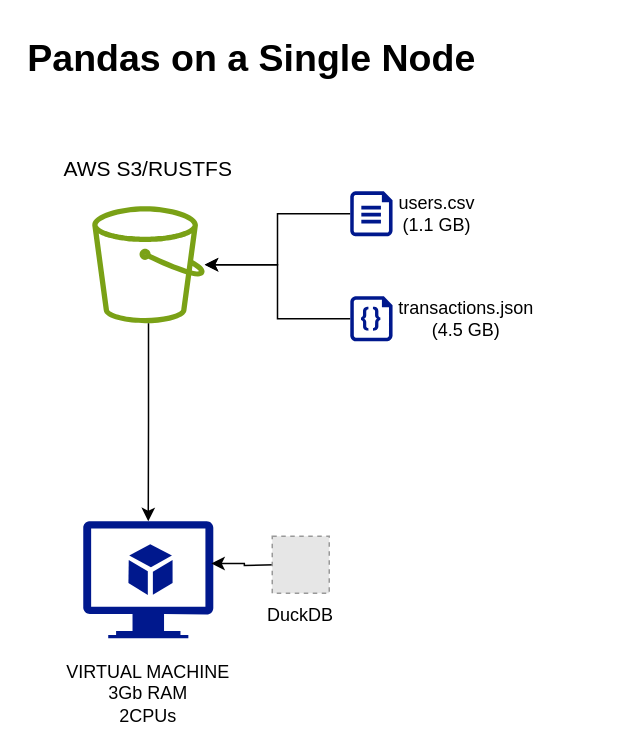
Earlier version of the draw.io diagram page "Single node DuckDB" (5 of 8) of assets/architecture.drawio (juanccq/processing-oom-datasets). Source tidied: cells renumbered, new cells numbered last; positions are measured from the earlier drawing's top-left corner, leaving out a move shared by most shapes. Both pictures are drawn from the tidied source at 150%, with x=0, y=0 at pixel (28, 26). Pictures stored in the file or linked from it are replaced by grey dashed boxes.
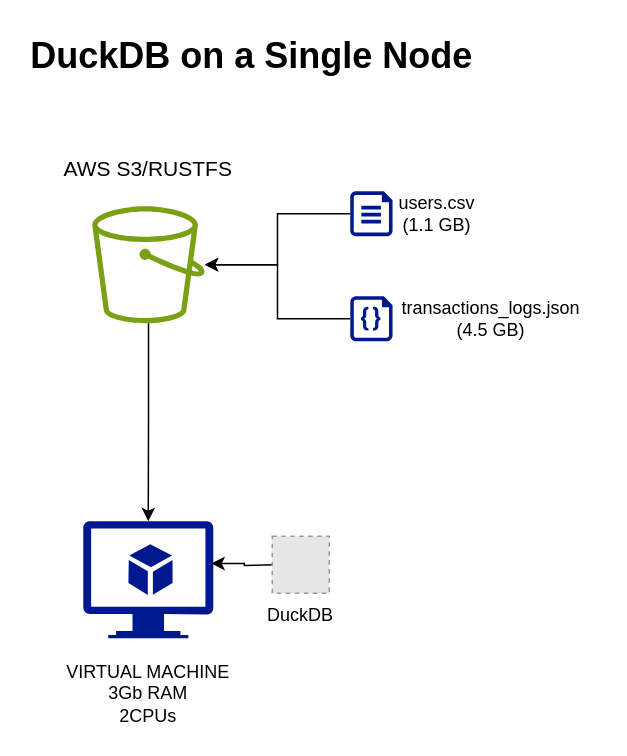
The same diagram, later.

The edit, as a diff of the source:
```diff
@@
 <mxGraphModel>
   <root>
     <mxCell id="0" />
     <mxCell id="1" parent="0" />
     <mxCell id="2" style="sketch=0;outlineConnect=0;fontColor=#232F3E;gradientColor=none;fillColor=#7AA116;strokeColor=none;dashed=0;verticalLabelPosition=bottom;verticalAlign=top;align=center;html=1;fontSize=12;fontStyle=0;shape=mxgraph.aws4.bucket;" parent="1" vertex="1">
       <mxGeometry x="42" y="120" width="75" height="78" as="geometry" />
     </mxCell>
     <mxCell id="3" style="sketch=0;shadow=0;dashed=0;html=1;strokeColor=none;labelPosition=center;verticalLabelPosition=bottom;verticalAlign=top;align=center;fillColor=#00188D;shape=mxgraph.azure.virtual_machine_feature;" parent="1" vertex="1">
       <mxGeometry x="36" y="330" width="86.7" height="78" as="geometry" />
     </mxCell>
     <mxCell id="4" value="AWS S3/RUSTFS" style="text;html=1;whiteSpace=wrap;strokeColor=none;fillColor=none;align=center;verticalAlign=middle;rounded=0;fontSize=14;" parent="1" vertex="1">
       <mxGeometry x="22" y="80" width="115" height="30" as="geometry" />
     </mxCell>
     <mxCell id="5" value="VIRTUAL MACHINE&lt;div&gt;3Gb RAM&lt;/div&gt;&lt;div&gt;2CPUs&lt;/div&gt;" style="text;html=1;whiteSpace=wrap;strokeColor=none;fillColor=none;align=center;verticalAlign=middle;rounded=0;" parent="1" vertex="1">
       <mxGeometry x="22" y="420" width="115" height="50" as="geometry" />
     </mxCell>
     <mxCell id="6" style="edgeStyle=orthogonalEdgeStyle;rounded=0;jettySize=auto;html=1;entryX=0.5;entryY=0;entryDx=0;entryDy=0;entryPerimeter=0;" parent="1" edge="1" source="2" target="3">
       <mxGeometry relative="1" as="geometry" />
     </mxCell>
     <mxCell id="7" style="edgeStyle=orthogonalEdgeStyle;rounded=0;jettySize=auto;html=1;" parent="1" edge="1" source="8" target="2">
       <mxGeometry relative="1" as="geometry" />
     </mxCell>
     <mxCell id="8" style="sketch=0;shadow=0;dashed=0;html=1;strokeColor=none;labelPosition=center;verticalLabelPosition=bottom;verticalAlign=top;align=center;fillColor=#00188D;shape=mxgraph.azure.code_file;" parent="1" vertex="1">
       <mxGeometry x="214" y="180" width="28.2" height="30" as="geometry" />
     </mxCell>
     <mxCell id="9" style="edgeStyle=orthogonalEdgeStyle;rounded=0;jettySize=auto;html=1;" parent="1" edge="1" source="10" target="2">
       <mxGeometry relative="1" as="geometry" />
     </mxCell>
     <mxCell id="10" style="sketch=0;shadow=0;dashed=0;html=1;strokeColor=none;labelPosition=center;verticalLabelPosition=bottom;verticalAlign=top;align=center;fillColor=#00188D;shape=mxgraph.azure.file;" parent="1" vertex="1">
       <mxGeometry x="214" y="110" width="28.2" height="30" as="geometry" />
     </mxCell>
     <mxCell id="11" value="users.csv (1.1 GB)" style="text;html=1;whiteSpace=wrap;strokeColor=none;fillColor=none;align=center;verticalAlign=middle;rounded=0;" parent="1" vertex="1">
       <mxGeometry x="242" y="110" width="60" height="30" as="geometry" />
     </mxCell>
-    <mxCell id="12" value="transactions.json&lt;div&gt;(4.5 GB)&lt;/div&gt;" style="text;html=1;whiteSpace=wrap;strokeColor=none;fillColor=none;align=center;verticalAlign=middle;rounded=0;" parent="1" vertex="1">
-      <mxGeometry x="234" y="180" width="115" height="30" as="geometry" />
+    <mxCell id="12" value="transactions_logs.json&lt;div&gt;(4.5 GB)&lt;/div&gt;" style="text;html=1;whiteSpace=wrap;strokeColor=none;fillColor=none;align=center;verticalAlign=middle;rounded=0;" parent="1" vertex="1">
+      <mxGeometry x="234" y="180" width="148" height="30" as="geometry" />
     </mxCell>
     <mxCell id="13" style="edgeStyle=orthogonalEdgeStyle;rounded=0;jettySize=auto;html=1;entryX=0.985;entryY=0.361;entryDx=0;entryDy=0;entryPerimeter=0;" parent="1" edge="1" target="3">
       <mxGeometry relative="1" as="geometry">
         <mxPoint x="164" y="359" as="sourcePoint" />
       </mxGeometry>
     </mxCell>
-    <mxCell id="14" value="Pandas on a Single Node" style="text;strokeColor=none;fillColor=none;html=1;fontSize=25;fontStyle=1;verticalAlign=middle;align=center;autosizeText=1;" parent="1" vertex="1">
+    <mxCell id="14" value="DuckDB on a Single Node" style="text;strokeColor=none;fillColor=none;html=1;fontSize=24;fontStyle=1;verticalAlign=middle;align=center;autosizeText=1;" parent="1" vertex="1">
       <mxGeometry width="295" height="40" as="geometry" />
     </mxCell>
     <mxCell id="15" style="fillColor=#E6E6E6;strokeColor=#999999;dashed=1;" parent="1" vertex="1">
       <mxGeometry x="162" y="340" width="38" height="38" as="geometry" />
     </mxCell>
     <mxCell id="16" value="DuckDB" style="text;html=1;whiteSpace=wrap;strokeColor=none;fillColor=none;align=center;verticalAlign=middle;rounded=0;" parent="1" vertex="1">
       <mxGeometry x="151" y="378" width="60" height="30" as="geometry" />
     </mxCell>
   </root>
 </mxGraphModel>
```
